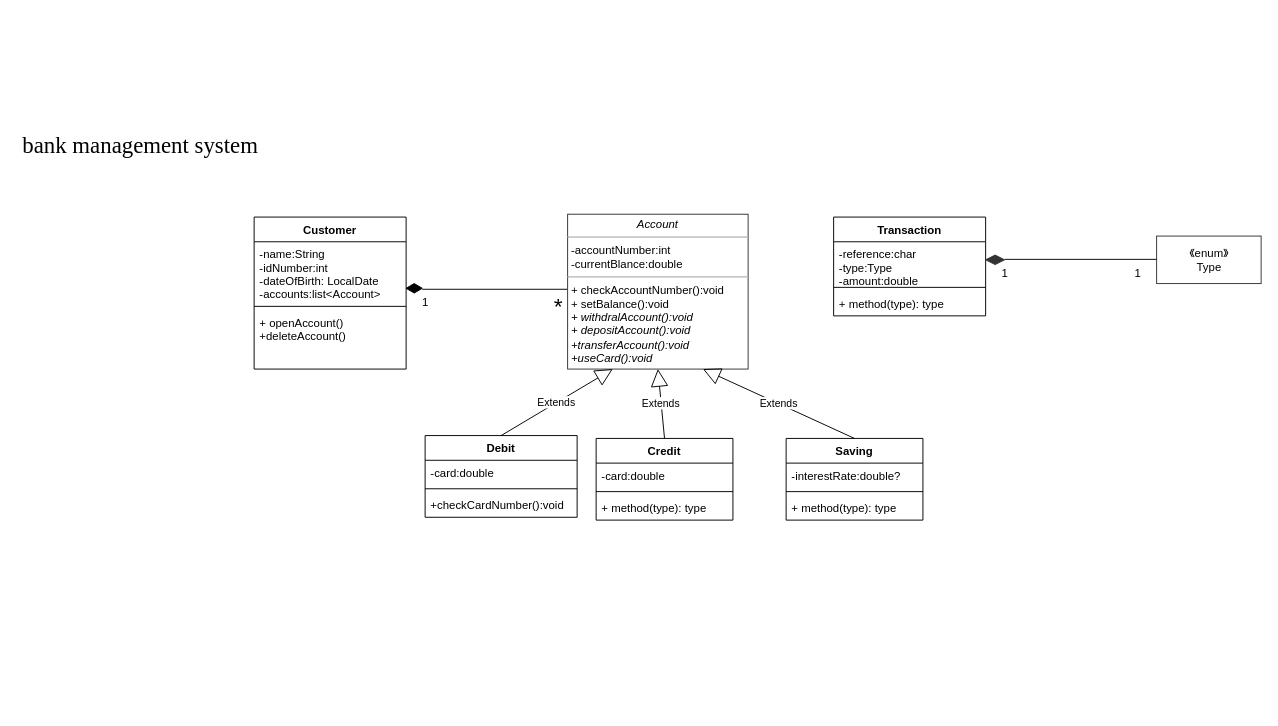
Above: Untitled Diagram.drawio in lupstar/xpan (draw.io), before the change. Source tidied: cells renumbered, new cells numbered last; positions are measured from the earlier drawing's top-left corner, leaving out a move shared by most shapes. Both pictures are drawn from the tidied source at 95%, with x=0, y=0 at pixel (16, 122).
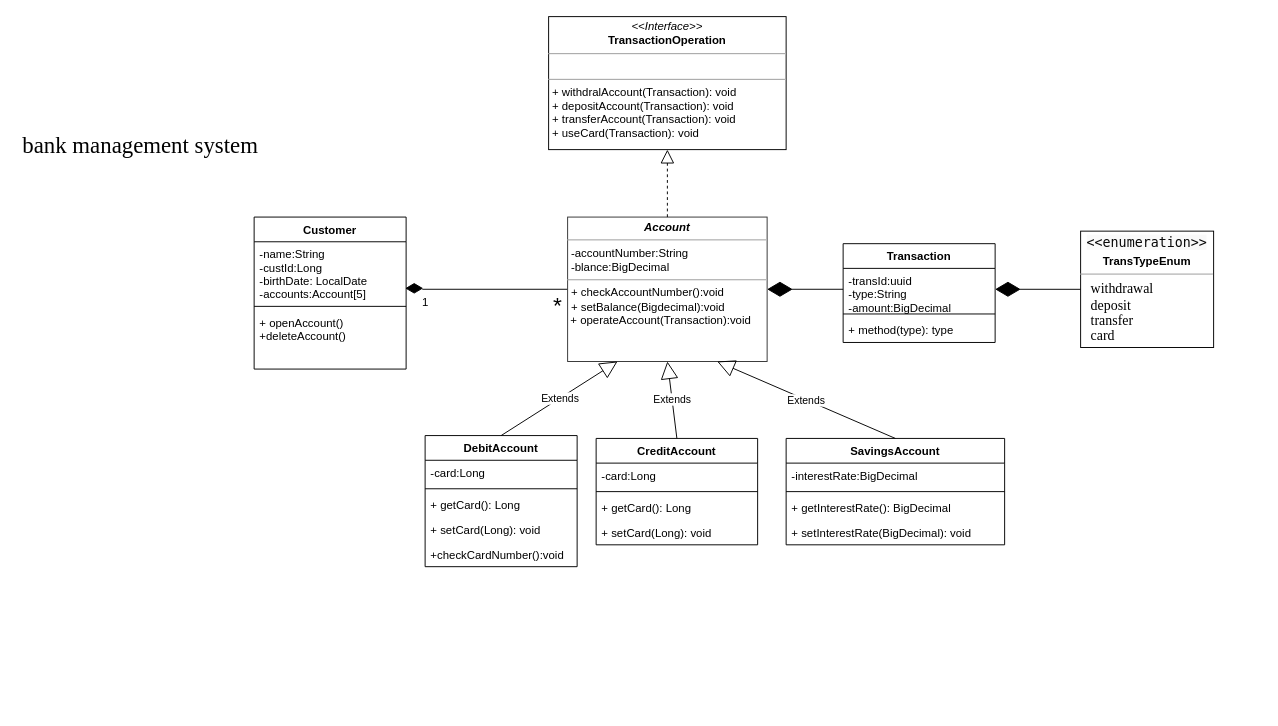
Above is the later version.

The change refers to these unchanged cells:
```xml
<mxCell id="2" value="Customer" style="swimlane;fontStyle=1;align=center;verticalAlign=top;horizontal=1;startSize=26;" parent="1" vertex="1">
  <mxGeometry x="250" y="100" width="160" height="160" as="geometry" />
</mxCell>
```

What changed in the source:
```diff
@@
-    <mxCell id="3" value="-name:String&#10;-idNumber:int&#10;-dateOfBirth: LocalDate&#10;-accounts:list&lt;Account&gt;" style="text;strokeColor=none;fillColor=none;align=left;verticalAlign=top;spacingLeft=4;spacingRight=4;overflow=hidden;" parent="2" vertex="1">
+    <mxCell id="3" value="-name:String&#10;-custId:Long&#10;-birthDate: LocalDate&#10;-accounts:Account[5]" style="text;strokeColor=none;fillColor=none;align=left;verticalAlign=top;spacingLeft=4;spacingRight=4;overflow=hidden;" parent="2" vertex="1">
       <mxGeometry y="26" width="160" height="64" as="geometry" />
     </mxCell>
@@
-    <mxCell id="5" value="+ openAccount()&#10;+deleteAccount()" style="text;strokeColor=none;fillColor=none;align=left;verticalAlign=top;spacingLeft=4;spacingRight=4;overflow=hidden;" parent="2" vertex="1">
+    <mxCell id="5" value="+ openAccount()&#10;+deleteAccount()&#10;" style="text;strokeColor=none;fillColor=none;align=left;verticalAlign=top;spacingLeft=4;spacingRight=4;overflow=hidden;" parent="2" vertex="1">
       <mxGeometry y="98" width="160" height="62" as="geometry" />
     </mxCell>
     <mxCell id="6" value="Transaction" style="swimlane;fontStyle=1;align=center;verticalAlign=top;horizontal=1;startSize=26;" parent="1" vertex="1">
-      <mxGeometry x="860" y="100" width="160" height="104" as="geometry" />
+      <mxGeometry x="870" y="128" width="160" height="104" as="geometry" />
     </mxCell>
-    <mxCell id="7" value="-reference:char&#10;-type:Type&#10;-amount:double&#10;" style="text;strokeColor=none;fillColor=none;align=left;verticalAlign=top;spacingLeft=4;spacingRight=4;overflow=hidden;points=[[0,0.5],[1,0.5]];portConstraint=eastwest;" parent="6" vertex="1">
+    <mxCell id="7" value="-transId:uuid&#10;-type:String&#10;-amount:BigDecimal&#10;" style="text;strokeColor=none;fillColor=none;align=left;verticalAlign=top;spacingLeft=4;spacingRight=4;overflow=hidden;points=[[0,0.5],[1,0.5]];portConstraint=eastwest;" parent="6" vertex="1">
       <mxGeometry y="26" width="160" height="44" as="geometry" />
     </mxCell>
@@
     <mxCell id="11" style="group;" parent="1" vertex="1">
-      <mxGeometry x="410" y="170" width="170" height="50" as="geometry" />
+      <mxGeometry x="410" y="170" width="216.1" height="50" as="geometry" />
     </mxCell>
     <mxCell id="12" style="group;" parent="11" vertex="1">
-      <mxGeometry width="170" height="10" as="geometry" />
+      <mxGeometry width="216.1" height="50" as="geometry" />
     </mxCell>
@@
-    <mxCell id="15" value="&lt;table class=&quot;NormalTable&quot;&gt;&lt;tbody&gt;&lt;tr&gt;&lt;td width=&quot;156&quot;&gt;&lt;span class=&quot;fontstyle0&quot;&gt;&lt;font style=&quot;font-size: 24px&quot;&gt;*&lt;/font&gt;&lt;/span&gt;&lt;/td&gt;&lt;/tr&gt;&lt;/tbody&gt;&lt;/table&gt; &lt;font size=&quot;3&quot;&gt;&lt;br&gt;&lt;/font&gt;" style="text;whiteSpace=wrap;html=1;" parent="11" vertex="1">
-      <mxGeometry x="151.1" width="66.1" height="50" as="geometry" />
+    <mxCell id="15" value="&lt;table class=&quot;NormalTable&quot;&gt;&lt;tbody&gt;&lt;tr&gt;&lt;td width=&quot;156&quot;&gt;&lt;span class=&quot;fontstyle0&quot;&gt;&lt;font style=&quot;font-size: 24px&quot;&gt;*&lt;/font&gt;&lt;/span&gt;&lt;/td&gt;&lt;/tr&gt;&lt;/tbody&gt;&lt;/table&gt; &lt;font size=&quot;3&quot;&gt;&lt;br&gt;&lt;/font&gt;" style="text;whiteSpace=wrap;html=1;" parent="12" vertex="1">
+      <mxGeometry x="150" width="66.1" height="50" as="geometry" />
     </mxCell>
-    <mxCell id="16" value="Debit" style="swimlane;fontStyle=1;align=center;verticalAlign=top;horizontal=1;startSize=26;" parent="1" vertex="1">
-      <mxGeometry x="430" y="330" width="160" height="86" as="geometry" />
+    <mxCell id="16" value="DebitAccount" style="swimlane;fontStyle=1;align=center;verticalAlign=top;horizontal=1;startSize=26;" parent="1" vertex="1">
+      <mxGeometry x="430" y="330" width="160" height="138" as="geometry" />
     </mxCell>
-    <mxCell id="17" value="-card:double&#10;" style="text;strokeColor=none;fillColor=none;align=left;verticalAlign=top;spacingLeft=4;spacingRight=4;overflow=hidden;" parent="16" vertex="1">
+    <mxCell id="17" value="-card:Long&#10;" style="text;strokeColor=none;fillColor=none;align=left;verticalAlign=top;spacingLeft=4;spacingRight=4;overflow=hidden;" parent="16" vertex="1">
       <mxGeometry y="26" width="160" height="26" as="geometry" />
     </mxCell>
@@
+    <mxCell id="40" value="+ getCard(): Long&#10;" style="text;strokeColor=none;fillColor=none;align=left;verticalAlign=top;spacingLeft=4;spacingRight=4;overflow=hidden;" parent="16" vertex="1">
+      <mxGeometry y="60" width="160" height="26" as="geometry" />
+    </mxCell>
+    <mxCell id="41" value="+ setCard(Long): void" style="text;strokeColor=none;fillColor=none;align=left;verticalAlign=top;spacingLeft=4;spacingRight=4;overflow=hidden;" parent="16" vertex="1">
+      <mxGeometry y="86" width="160" height="26" as="geometry" />
+    </mxCell>
     <mxCell id="19" value="+checkCardNumber():void" style="text;strokeColor=none;fillColor=none;align=left;verticalAlign=top;spacingLeft=4;spacingRight=4;overflow=hidden;" parent="16" vertex="1">
-      <mxGeometry y="60" width="160" height="26" as="geometry" />
+      <mxGeometry y="112" width="160" height="26" as="geometry" />
     </mxCell>
-    <mxCell id="20" value="Credit" style="swimlane;fontStyle=1;align=center;verticalAlign=top;horizontal=1;startSize=26;" parent="1" vertex="1">
-      <mxGeometry x="610" y="333" width="144" height="86" as="geometry" />
+    <mxCell id="20" value="CreditAccount" style="swimlane;fontStyle=1;align=center;verticalAlign=top;horizontal=1;startSize=26;" parent="1" vertex="1">
+      <mxGeometry x="610" y="333" width="170" height="112" as="geometry" />
     </mxCell>
-    <mxCell id="21" value="-card:double&#10;" style="text;strokeColor=none;fillColor=none;align=left;verticalAlign=top;spacingLeft=4;spacingRight=4;overflow=hidden;" parent="20" vertex="1">
-      <mxGeometry y="26" width="144" height="26" as="geometry" />
+    <mxCell id="21" value="-card:Long&#10;" style="text;strokeColor=none;fillColor=none;align=left;verticalAlign=top;spacingLeft=4;spacingRight=4;overflow=hidden;" parent="20" vertex="1">
+      <mxGeometry y="26" width="170" height="26" as="geometry" />
     </mxCell>
     <mxCell id="22" style="line;strokeWidth=1;fillColor=none;align=left;verticalAlign=middle;spacingTop=-1;spacingLeft=3;spacingRight=3;labelPosition=right;" parent="20" vertex="1">
-      <mxGeometry y="52" width="144" height="8" as="geometry" />
+      <mxGeometry y="52" width="170" height="8" as="geometry" />
     </mxCell>
-    <mxCell id="23" value="+ method(type): type" style="text;strokeColor=none;fillColor=none;align=left;verticalAlign=top;spacingLeft=4;spacingRight=4;overflow=hidden;" parent="20" vertex="1">
-      <mxGeometry y="60" width="144" height="26" as="geometry" />
+    <mxCell id="23" value="+ getCard(): Long&#10;" style="text;strokeColor=none;fillColor=none;align=left;verticalAlign=top;spacingLeft=4;spacingRight=4;overflow=hidden;" parent="20" vertex="1">
+      <mxGeometry y="60" width="170" height="26" as="geometry" />
     </mxCell>
+    <mxCell id="42" value="+ setCard(Long): void" style="text;strokeColor=none;fillColor=none;align=left;verticalAlign=top;spacingLeft=4;spacingRight=4;overflow=hidden;" parent="20" vertex="1">
+      <mxGeometry y="86" width="170" height="26" as="geometry" />
+    </mxCell>
-    <mxCell id="24" value="Saving" style="swimlane;fontStyle=1;align=center;verticalAlign=top;horizontal=1;startSize=26;" parent="1" vertex="1">
-      <mxGeometry x="810" y="333" width="144" height="86" as="geometry" />
+    <mxCell id="24" value="SavingsAccount" style="swimlane;fontStyle=1;align=center;verticalAlign=top;horizontal=1;startSize=26;" parent="1" vertex="1">
+      <mxGeometry x="810" y="333" width="230" height="112" as="geometry" />
     </mxCell>
-    <mxCell id="25" value="-interestRate:double?" style="text;strokeColor=none;fillColor=none;align=left;verticalAlign=top;spacingLeft=4;spacingRight=4;overflow=hidden;" parent="24" vertex="1">
-      <mxGeometry y="26" width="144" height="26" as="geometry" />
+    <mxCell id="25" value="-interestRate:BigDecimal" style="text;strokeColor=none;fillColor=none;align=left;verticalAlign=top;spacingLeft=4;spacingRight=4;overflow=hidden;" parent="24" vertex="1">
+      <mxGeometry y="26" width="230" height="26" as="geometry" />
     </mxCell>
     <mxCell id="26" style="line;strokeWidth=1;fillColor=none;align=left;verticalAlign=middle;spacingTop=-1;spacingLeft=3;spacingRight=3;labelPosition=right;" parent="24" vertex="1">
-      <mxGeometry y="52" width="144" height="8" as="geometry" />
+      <mxGeometry y="52" width="230" height="8" as="geometry" />
     </mxCell>
-    <mxCell id="27" value="+ method(type): type" style="text;strokeColor=none;fillColor=none;align=left;verticalAlign=top;spacingLeft=4;spacingRight=4;overflow=hidden;" parent="24" vertex="1">
-      <mxGeometry y="60" width="144" height="26" as="geometry" />
+    <mxCell id="27" value="+ getInterestRate(): BigDecimal&#10;" style="text;strokeColor=none;fillColor=none;align=left;verticalAlign=top;spacingLeft=4;spacingRight=4;overflow=hidden;" parent="24" vertex="1">
+      <mxGeometry y="60" width="230" height="26" as="geometry" />
     </mxCell>
+    <mxCell id="43" value="+ setInterestRate(BigDecimal): void" style="text;strokeColor=none;fillColor=none;align=left;verticalAlign=top;spacingLeft=4;spacingRight=4;overflow=hidden;" parent="24" vertex="1">
+      <mxGeometry y="86" width="230" height="26" as="geometry" />
+    </mxCell>
@@
-    <mxCell id="29" value="《enum》&lt;br&gt;Type" style="html=1;strokeColor=#333333;fillColor=#FFFFFF;" parent="1" vertex="1">
-      <mxGeometry x="1200" y="120" width="110" height="50" as="geometry" />
-    </mxCell>
-    <mxCell id="30" style="group;" parent="1" vertex="1">
-      <mxGeometry x="1020" y="140" width="180" height="10" as="geometry" />
-    </mxCell>
-    <mxCell id="31" style="endArrow=none;html=1;edgeStyle=orthogonalEdgeStyle;" parent="30" edge="1">
-      <mxGeometry relative="1" as="geometry">
-        <mxPoint x="20" y="4.5" as="sourcePoint" />
-        <mxPoint x="180" y="4.5" as="targetPoint" />
-      </mxGeometry>
-    </mxCell>
-    <mxCell id="32" style="rhombus;whiteSpace=wrap;html=1;strokeColor=#333333;fillColor=#333333;" parent="1" vertex="1">
-      <mxGeometry x="1020" y="140" width="20" height="10" as="geometry" />
-    </mxCell>
-    <mxCell id="33" value="1" style="text;html=1;align=center;verticalAlign=middle;" parent="1" vertex="1">
-      <mxGeometry x="1030" y="150" width="20" height="20" as="geometry" />
-    </mxCell>
-    <mxCell id="34" value="1" style="text;html=1;align=center;verticalAlign=middle;" parent="1" vertex="1">
-      <mxGeometry x="1170" y="150" width="20" height="20" as="geometry" />
-    </mxCell>
-    <mxCell id="35" value="&lt;p style=&quot;margin: 0px ; margin-top: 4px ; text-align: center&quot;&gt;&lt;i&gt;Account&lt;/i&gt;&lt;/p&gt;&lt;hr size=&quot;1&quot;&gt;&lt;p style=&quot;margin: 0px ; margin-left: 4px&quot;&gt;-accountNumber:int&lt;br style=&quot;padding: 0px ; margin: 0px&quot;&gt;-currentBlance:double&lt;br&gt;&lt;/p&gt;&lt;hr size=&quot;1&quot;&gt;&lt;p style=&quot;margin: 0px ; margin-left: 4px&quot;&gt;+ checkAccountNumber():void&lt;br&gt;+ setBalance():void&lt;/p&gt;&lt;p style=&quot;margin: 0px ; margin-left: 4px&quot;&gt;&lt;i&gt;+ withdralAccount():void&lt;/i&gt;&lt;/p&gt;&lt;p style=&quot;margin: 0px ; margin-left: 4px&quot;&gt;&lt;i&gt;+ depositAccount():void&lt;/i&gt;&lt;/p&gt;&lt;p style=&quot;margin: 0px ; margin-left: 4px&quot;&gt;&lt;i&gt;+transferAccount():void&lt;/i&gt;&lt;/p&gt;&lt;p style=&quot;margin: 0px ; margin-left: 4px&quot;&gt;&lt;i&gt;+useCard():void&lt;/i&gt;&lt;/p&gt;&lt;br&gt;&lt;p style=&quot;margin: 0px ; margin-left: 4px&quot;&gt; &lt;br&gt;&lt;br style=&quot;line-height: normal&quot;&gt;&lt;/p&gt;" style="verticalAlign=top;align=left;overflow=fill;fontSize=12;fontFamily=Helvetica;html=1;strokeColor=#333333;fillColor=#FFFFFF;" parent="1" vertex="1">
-      <mxGeometry x="580" y="97" width="190" height="163" as="geometry" />
+    <mxCell id="35" value="&lt;p style=&quot;margin: 0px ; margin-top: 4px ; text-align: center&quot;&gt;&lt;i&gt;&lt;b&gt;Account&lt;/b&gt;&lt;/i&gt;&lt;/p&gt;&lt;hr size=&quot;1&quot;&gt;&lt;p style=&quot;margin: 0px ; margin-left: 4px&quot;&gt;-accountNumber:String&lt;br style=&quot;padding: 0px ; margin: 0px&quot;&gt;-blance:BigDecimal&lt;br&gt;&lt;/p&gt;&lt;hr size=&quot;1&quot;&gt;&lt;p style=&quot;margin: 0px ; margin-left: 4px&quot;&gt;+ checkAccountNumber():void&lt;br&gt;+ setBalance(Bigdecimal):void&lt;/p&gt;&amp;nbsp;+ operateAccount(Transaction):void&lt;br&gt;&lt;p style=&quot;margin: 0px ; margin-left: 4px&quot;&gt; &lt;br&gt;&lt;br style=&quot;line-height: normal&quot;&gt;&lt;/p&gt;" style="verticalAlign=top;align=left;overflow=fill;fontSize=12;fontFamily=Helvetica;html=1;strokeColor=#333333;fillColor=#FFFFFF;" parent="1" vertex="1">
+      <mxGeometry x="580" y="100" width="210" height="152" as="geometry" />
     </mxCell>
@@
+    <mxCell id="44" style="text;strokeColor=none;fillColor=none;align=left;verticalAlign=middle;spacingTop=-1;spacingLeft=4;spacingRight=4;labelPosition=right;" parent="1" vertex="1">
+      <mxGeometry x="330" y="604" width="20" height="14" as="geometry" />
+    </mxCell>
+    <mxCell id="45" value="&lt;p style=&quot;margin: 0px ; margin-top: 4px ; text-align: center&quot;&gt;&lt;span style=&quot;color: rgb(8 , 8 , 8) ; font-family: &amp;#34;monaco&amp;#34; , &amp;#34;lucida console&amp;#34; , monospace ; font-size: 14px ; text-align: left ; background-color: rgb(249 , 249 , 249)&quot;&gt;&amp;lt;&amp;lt;enumeration&amp;gt;&amp;gt;&lt;/span&gt;&lt;br&gt;&lt;/p&gt;&lt;p style=&quot;margin: 0px ; margin-top: 4px ; text-align: center&quot;&gt;&lt;b&gt;TransTypeEnum&lt;/b&gt;&lt;/p&gt;&lt;hr size=&quot;1&quot;&gt;&lt;div style=&quot;height: 2px&quot;&gt;&lt;span lang=&quot;EN-US&quot; style=&quot;font-size: 11pt ; font-family: &amp;#34;times new roman&amp;#34; , serif&quot;&gt;&amp;nbsp; &amp;nbsp;withdrawal&lt;/span&gt;&lt;br&gt;&lt;span lang=&quot;EN-US&quot; style=&quot;font-size: 11pt ; font-family: &amp;#34;times new roman&amp;#34; , serif&quot;&gt;&amp;nbsp; &amp;nbsp;deposit&lt;/span&gt;&lt;br&gt;&lt;/div&gt;&lt;div style=&quot;height: 2px&quot;&gt;&lt;span lang=&quot;EN-US&quot; style=&quot;font-size: 11pt ; font-family: &amp;#34;times new roman&amp;#34; , serif&quot;&gt;&lt;br&gt;&lt;/span&gt;&lt;/div&gt;&lt;div style=&quot;height: 2px&quot;&gt;&lt;span lang=&quot;EN-US&quot; style=&quot;font-size: 11pt ; font-family: &amp;#34;times new roman&amp;#34; , serif&quot;&gt;&lt;br&gt;&lt;/span&gt;&lt;/div&gt;&lt;div style=&quot;height: 2px&quot;&gt;&lt;span lang=&quot;EN-US&quot; style=&quot;font-size: 11pt ; font-family: &amp;#34;times new roman&amp;#34; , serif&quot;&gt;&lt;br&gt;&lt;/span&gt;&lt;/div&gt;&lt;div style=&quot;height: 2px&quot;&gt;&lt;span lang=&quot;EN-US&quot; style=&quot;font-size: 11pt ; font-family: &amp;#34;times new roman&amp;#34; , serif&quot;&gt;&lt;br&gt;&lt;/span&gt;&lt;/div&gt;&lt;div style=&quot;height: 2px&quot;&gt;&lt;span lang=&quot;EN-US&quot; style=&quot;font-size: 11pt ; font-family: &amp;#34;times new roman&amp;#34; , serif&quot;&gt;&lt;br&gt;&lt;/span&gt;&lt;/div&gt;&lt;div style=&quot;height: 2px&quot;&gt;&lt;span lang=&quot;EN-US&quot; style=&quot;font-size: 11pt ; font-family: &amp;#34;times new roman&amp;#34; , serif&quot;&gt;&lt;br&gt;&lt;/span&gt;&lt;/div&gt;&lt;div style=&quot;height: 2px&quot;&gt;&lt;span lang=&quot;EN-US&quot; style=&quot;font-size: 11pt ; font-family: &amp;#34;times new roman&amp;#34; , serif&quot;&gt;&lt;br&gt;&lt;/span&gt;&lt;/div&gt;&lt;div style=&quot;height: 2px&quot;&gt;&lt;span lang=&quot;EN-US&quot; style=&quot;font-size: 11pt ; font-family: &amp;#34;times new roman&amp;#34; , serif&quot;&gt;&lt;br&gt;&lt;/span&gt;&lt;/div&gt;&lt;div style=&quot;height: 2px&quot;&gt;&lt;span lang=&quot;EN-US&quot; style=&quot;font-size: 11pt ; font-family: &amp;#34;times new roman&amp;#34; , serif&quot;&gt;&lt;br&gt;&lt;/span&gt;&lt;/div&gt;&lt;div style=&quot;height: 2px&quot;&gt;&lt;span lang=&quot;EN-US&quot; style=&quot;font-size: 11pt ; font-family: &amp;#34;times new roman&amp;#34; , serif&quot;&gt;&lt;br&gt;&lt;/span&gt;&lt;/div&gt;&lt;div style=&quot;height: 2px&quot;&gt;&lt;span lang=&quot;EN-US&quot; style=&quot;font-size: 11pt ; font-family: &amp;#34;times new roman&amp;#34; , serif&quot;&gt;&lt;br&gt;&lt;/span&gt;&lt;/div&gt;&lt;div style=&quot;height: 2px&quot;&gt;&lt;span lang=&quot;EN-US&quot; style=&quot;font-size: 11pt ; font-family: &amp;#34;times new roman&amp;#34; , serif&quot;&gt;&lt;br&gt;&lt;/span&gt;&lt;/div&gt;&lt;div style=&quot;height: 2px&quot;&gt;&lt;span lang=&quot;EN-US&quot; style=&quot;font-size: 11pt ; font-family: &amp;#34;times new roman&amp;#34; , serif&quot;&gt;&lt;br&gt;&lt;/span&gt;&lt;/div&gt;&lt;div style=&quot;height: 2px&quot;&gt;&lt;span lang=&quot;EN-US&quot; style=&quot;font-size: 11pt ; font-family: &amp;#34;times new roman&amp;#34; , serif&quot;&gt;&lt;br&gt;&lt;/span&gt;&lt;/div&gt;&lt;div style=&quot;height: 2px&quot;&gt;&lt;span lang=&quot;EN-US&quot; style=&quot;font-size: 11pt ; font-family: &amp;#34;times new roman&amp;#34; , serif&quot;&gt;&lt;br&gt;&lt;/span&gt;&lt;/div&gt;&lt;div style=&quot;height: 2px&quot;&gt;&lt;span lang=&quot;EN-US&quot; style=&quot;font-size: 11pt ; font-family: &amp;#34;times new roman&amp;#34; , serif&quot;&gt;&lt;br&gt;&lt;/span&gt;&lt;/div&gt;&lt;div style=&quot;height: 2px&quot;&gt;&lt;span lang=&quot;EN-US&quot; style=&quot;font-size: 11pt ; font-family: &amp;#34;times new roman&amp;#34; , serif&quot;&gt;&lt;span lang=&quot;EN-US&quot; style=&quot;font-size: 11pt ; font-family: &amp;#34;times new roman&amp;#34; , serif&quot;&gt;&amp;nbsp; &amp;nbsp;transfer&lt;/span&gt;&lt;br&gt;&lt;/span&gt;&lt;/div&gt;&lt;div style=&quot;height: 2px&quot;&gt;&lt;span lang=&quot;EN-US&quot; style=&quot;font-size: 11pt ; font-family: &amp;#34;times new roman&amp;#34; , serif&quot;&gt;&lt;span lang=&quot;EN-US&quot; style=&quot;font-size: 11pt ; font-family: &amp;#34;times new roman&amp;#34; , serif&quot;&gt;&lt;br&gt;&lt;/span&gt;&lt;/span&gt;&lt;/div&gt;&lt;div style=&quot;height: 2px&quot;&gt;&lt;span lang=&quot;EN-US&quot; style=&quot;font-size: 11pt ; font-family: &amp;#34;times new roman&amp;#34; , serif&quot;&gt;&lt;span lang=&quot;EN-US&quot; style=&quot;font-size: 11pt ; font-family: &amp;#34;times new roman&amp;#34; , serif&quot;&gt;&lt;br&gt;&lt;/span&gt;&lt;/span&gt;&lt;/div&gt;&lt;div style=&quot;height: 2px&quot;&gt;&lt;span lang=&quot;EN-US&quot; style=&quot;font-size: 11pt ; font-family: &amp;#34;times new roman&amp;#34; , serif&quot;&gt;&lt;span lang=&quot;EN-US&quot; style=&quot;font-size: 11pt ; font-family: &amp;#34;times new roman&amp;#34; , serif&quot;&gt;&lt;br&gt;&lt;/span&gt;&lt;/span&gt;&lt;/div&gt;&lt;div style=&quot;height: 2px&quot;&gt;&lt;span lang=&quot;EN-US&quot; style=&quot;font-size: 11pt ; font-family: &amp;#34;times new roman&amp;#34; , serif&quot;&gt;&lt;span lang=&quot;EN-US&quot; style=&quot;font-size: 11pt ; font-family: &amp;#34;times new roman&amp;#34; , serif&quot;&gt;&lt;br&gt;&lt;/span&gt;&lt;/span&gt;&lt;/div&gt;&lt;div style=&quot;height: 2px&quot;&gt;&lt;span lang=&quot;EN-US&quot; style=&quot;font-size: 11pt ; font-family: &amp;#34;times new roman&amp;#34; , serif&quot;&gt;&lt;span lang=&quot;EN-US&quot; style=&quot;font-size: 11pt ; font-family: &amp;#34;times new roman&amp;#34; , serif&quot;&gt;&lt;br&gt;&lt;/span&gt;&lt;/span&gt;&lt;/div&gt;&lt;div style=&quot;height: 2px&quot;&gt;&lt;span lang=&quot;EN-US&quot; style=&quot;font-size: 11pt ; font-family: &amp;#34;times new roman&amp;#34; , serif&quot;&gt;&lt;span lang=&quot;EN-US&quot; style=&quot;font-size: 11pt ; font-family: &amp;#34;times new roman&amp;#34; , serif&quot;&gt;&lt;br&gt;&lt;/span&gt;&lt;/span&gt;&lt;/div&gt;&lt;div style=&quot;height: 2px&quot;&gt;&lt;span lang=&quot;EN-US&quot; style=&quot;font-size: 11pt ; font-family: &amp;#34;times new roman&amp;#34; , serif&quot;&gt;&lt;span lang=&quot;EN-US&quot; style=&quot;font-size: 11pt ; font-family: &amp;#34;times new roman&amp;#34; , serif&quot;&gt;&lt;br&gt;&lt;/span&gt;&lt;/span&gt;&lt;/div&gt;&lt;div style=&quot;height: 2px&quot;&gt;&lt;span lang=&quot;EN-US&quot; style=&quot;font-size: 11pt ; font-family: &amp;#34;times new roman&amp;#34; , serif&quot;&gt;&lt;span lang=&quot;EN-US&quot; style=&quot;font-size: 11pt ; font-family: &amp;#34;times new roman&amp;#34; , serif&quot;&gt;&lt;span lang=&quot;EN-US&quot; style=&quot;font-size: 11pt ; font-family: &amp;#34;times new roman&amp;#34; , serif&quot;&gt;&amp;nbsp; &amp;nbsp;card&lt;/span&gt;&lt;br&gt;&lt;/span&gt;&lt;/span&gt;&lt;/div&gt;" style="verticalAlign=top;align=left;overflow=fill;fontSize=12;fontFamily=Helvetica;html=1;" parent="1" vertex="1">
+      <mxGeometry x="1120" y="114.8" width="140" height="122.5" as="geometry" />
+    </mxCell>
+    <mxCell id="46" value="&lt;p style=&quot;margin: 0px ; margin-top: 4px ; text-align: center&quot;&gt;&lt;i&gt;&amp;lt;&amp;lt;Interface&amp;gt;&amp;gt;&lt;/i&gt;&lt;br&gt;&lt;b&gt;TransactionOperation&lt;/b&gt;&lt;br&gt;&lt;/p&gt;&lt;hr size=&quot;1&quot;&gt;&lt;p style=&quot;margin: 0px ; margin-left: 4px&quot;&gt;&lt;br&gt;&lt;/p&gt;&lt;hr size=&quot;1&quot;&gt;&lt;p style=&quot;margin: 0px ; margin-left: 4px&quot;&gt;+ withdralAccount(Transaction): void&lt;br&gt;+ depositAccount(Transaction): void&lt;/p&gt;&lt;p style=&quot;margin: 0px ; margin-left: 4px&quot;&gt;+ transferAccount(Transaction): void&lt;br&gt;&lt;/p&gt;&lt;p style=&quot;margin: 0px ; margin-left: 4px&quot;&gt;+ useCard(Transaction): void&lt;br&gt;&lt;/p&gt;" style="verticalAlign=top;align=left;overflow=fill;fontSize=12;fontFamily=Helvetica;html=1;" parent="1" vertex="1">
+      <mxGeometry x="560" y="-111" width="250" height="140" as="geometry" />
+    </mxCell>
+    <mxCell id="47" style="endArrow=block;dashed=1;endFill=0;endSize=12;html=1;entryX=0.5;entryY=1;entryDx=0;entryDy=0;exitX=0.5;exitY=0;exitDx=0;exitDy=0;" parent="1" edge="1" source="35" target="46">
+      <mxGeometry relative="1" as="geometry" />
+    </mxCell>
+    <mxCell id="48" style="endArrow=diamondThin;endFill=1;endSize=24;html=1;exitX=0;exitY=0.5;exitDx=0;exitDy=0;entryX=1;entryY=0.5;entryDx=0;entryDy=0;" parent="1" edge="1" source="45" target="7">
+      <mxGeometry relative="1" as="geometry" />
+    </mxCell>
+    <mxCell id="49" style="endArrow=diamondThin;endFill=1;endSize=24;html=1;exitX=0;exitY=0.5;exitDx=0;exitDy=0;" parent="1" edge="1" source="7">
+      <mxGeometry relative="1" as="geometry">
+        <mxPoint x="790" y="176" as="targetPoint" />
+      </mxGeometry>
+    </mxCell>
```
